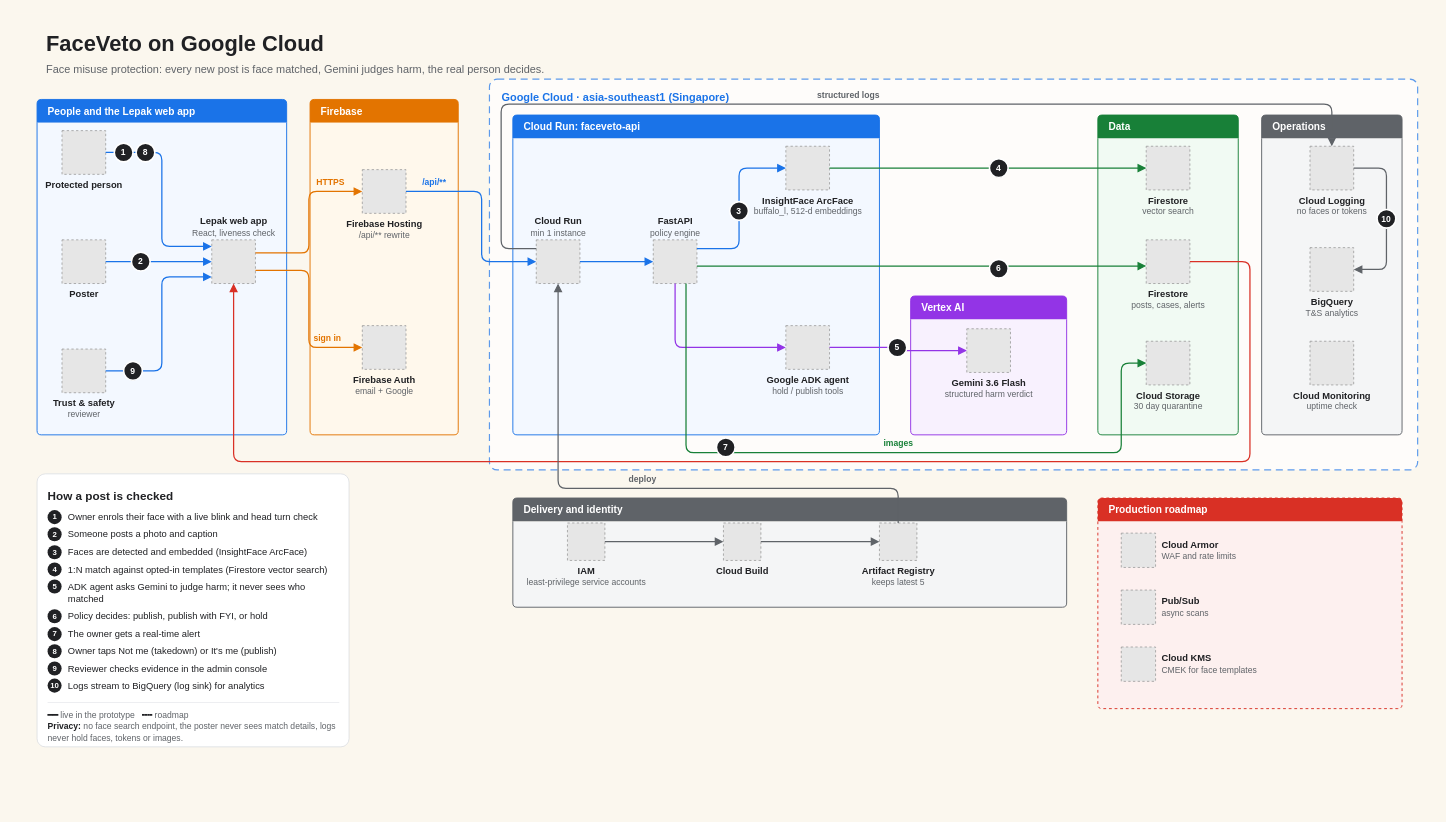
The draw.io diagram docs/architecture.drawio in jianlin070/FaceVeto, before the edit. Source tidied: cells renumbered, new cells numbered last; positions are measured from the earlier drawing's top-left corner, leaving out a move shared by most shapes. Both pictures are drawn from the tidied source at 78%, with x=0, y=0 at pixel (13, 13). Pictures stored in the file or linked from it are replaced by grey dashed boxes.
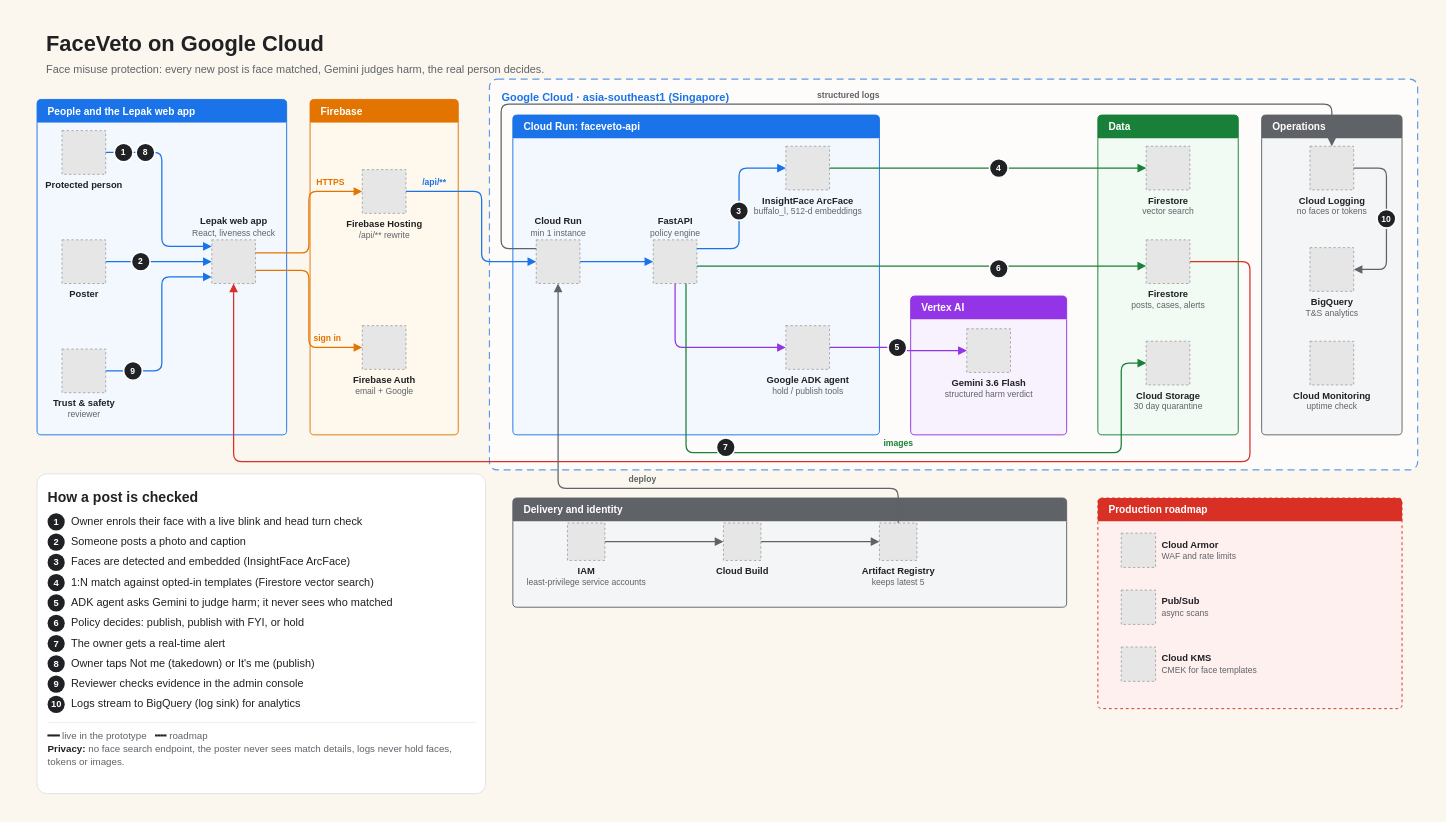
The same diagram, later.

Commit message (it also covers changes not shown here):
Architecture diagram: wider key with larger text

What changed in the source:
```diff
@@
     <mxCell id="2" style="rounded=0;fillColor=#FBF7EE;strokeColor=none;fontFamily=Helvetica;" parent="1" vertex="1">
-      <mxGeometry width="1820" height="960" as="geometry" />
+      <mxGeometry width="1820" height="1020" as="geometry" />
     </mxCell>
@@
-    <mxCell id="66" value="&lt;div style=&quot;text-align:left;font-size:12px;line-height:1.35&quot;&gt;&lt;div style=&quot;font-size:15px;font-weight:bold;margin-bottom:6px&quot;&gt;How a post is checked&lt;/div&gt;&lt;table style=&quot;border-collapse:collapse&quot;&gt;&lt;tr&gt;&lt;td style=&quot;padding:2px 8px 2px 0;vertical-align:top&quot;&gt;&lt;span style=&quot;display:inline-block;width:18px;height:18px;border-radius:9px;background:#202124;color:#fff;text-align:center;line-height:18px;font-size:10px;font-weight:bold&quot;&gt;1&lt;/span&gt;&lt;/td&gt;&lt;td style=&quot;padding:3px 0;vertical-align:top&quot;&gt;Owner enrols their face with a live blink and head turn check&lt;/td&gt;&lt;/tr&gt;&lt;tr&gt;&lt;td style=&quot;padding:2px 8px 2px 0;vertical-align:top&quot;&gt;&lt;span style=&quot;display:inline-block;width:18px;height:18px;border-radius:9px;background:#202124;color:#fff;text-align:center;line-height:18px;font-size:10px;font-weight:bold&quot;&gt;2&lt;/span&gt;&lt;/td&gt;&lt;td style=&quot;padding:3px 0;vertical-align:top&quot;&gt;Someone posts a photo and caption&lt;/td&gt;&lt;/tr&gt;&lt;tr&gt;&lt;td style=&quot;padding:2px 8px 2px 0;vertical-align:top&quot;&gt;&lt;span style=&quot;display:inline-block;width:18px;height:18px;border-radius:9px;background:#202124;color:#fff;text-align:center;line-height:18px;font-size:10px;font-weight:bold&quot;&gt;3&lt;/span&gt;&lt;/td&gt;&lt;td style=&quot;padding:3px 0;vertical-align:top&quot;&gt;Faces are detected and embedded (InsightFace ArcFace)&lt;/td&gt;&lt;/tr&gt;&lt;tr&gt;&lt;td style=&quot;padding:2px 8px 2px 0;vertical-align:top&quot;&gt;&lt;span style=&quot;display:inline-block;width:18px;height:18px;border-radius:9px;background:#202124;color:#fff;text-align:center;line-height:18px;font-size:10px;font-weight:bold&quot;&gt;4&lt;/span&gt;&lt;/td&gt;&lt;td style=&quot;padding:3px 0;vertical-align:top&quot;&gt;1:N match against opted-in templates (Firestore vector search)&lt;/td&gt;&lt;/tr&gt;&lt;tr&gt;&lt;td style=&quot;padding:2px 8px 2px 0;vertical-align:top&quot;&gt;&lt;span style=&quot;display:inline-block;width:18px;height:18px;border-radius:9px;background:#202124;color:#fff;text-align:center;line-height:18px;font-size:10px;font-weight:bold&quot;&gt;5&lt;/span&gt;&lt;/td&gt;&lt;td style=&quot;padding:3px 0;vertical-align:top&quot;&gt;ADK agent asks Gemini to judge harm; it never sees who matched&lt;/td&gt;&lt;/tr&gt;&lt;tr&gt;&lt;td style=&quot;padding:2px 8px 2px 0;vertical-align:top&quot;&gt;&lt;span style=&quot;display:inline-block;width:18px;height:18px;border-radius:9px;background:#202124;color:#fff;text-align:center;line-height:18px;font-size:10px;font-weight:bold&quot;&gt;6&lt;/span&gt;&lt;/td&gt;&lt;td style=&quot;padding:3px 0;vertical-align:top&quot;&gt;Policy decides: publish, publish with FYI, or hold&lt;/td&gt;&lt;/tr&gt;&lt;tr&gt;&lt;td style=&quot;padding:2px 8px 2px 0;vertical-align:top&quot;&gt;&lt;span style=&quot;display:inline-block;width:18px;height:18px;border-radius:9px;background:#202124;color:#fff;text-align:center;line-height:18px;font-size:10px;font-weight:bold&quot;&gt;7&lt;/span&gt;&lt;/td&gt;&lt;td style=&quot;padding:3px 0;vertical-align:top&quot;&gt;The owner gets a real-time alert&lt;/td&gt;&lt;/tr&gt;&lt;tr&gt;&lt;td style=&quot;padding:2px 8px 2px 0;vertical-align:top&quot;&gt;&lt;span style=&quot;display:inline-block;width:18px;height:18px;border-radius:9px;background:#202124;color:#fff;text-align:center;line-height:18px;font-size:10px;font-weight:bold&quot;&gt;8&lt;/span&gt;&lt;/td&gt;&lt;td style=&quot;padding:3px 0;vertical-align:top&quot;&gt;Owner taps Not me (takedown) or It&amp;#x27;s me (publish)&lt;/td&gt;&lt;/tr&gt;&lt;tr&gt;&lt;td style=&quot;padding:2px 8px 2px 0;vertical-align:top&quot;&gt;&lt;span style=&quot;display:inline-block;width:18px;height:18px;border-radius:9px;background:#202124;color:#fff;text-align:center;line-height:18px;font-size:10px;font-weight:bold&quot;&gt;9&lt;/span&gt;&lt;/td&gt;&lt;td style=&quot;padding:3px 0;vertical-align:top&quot;&gt;Reviewer checks evidence in the admin console&lt;/td&gt;&lt;/tr&gt;&lt;tr&gt;&lt;td style=&quot;padding:2px 8px 2px 0;vertical-align:top&quot;&gt;&lt;span style=&quot;display:inline-block;width:18px;height:18px;border-radius:9px;background:#202124;color:#fff;text-align:center;line-height:18px;font-size:10px;font-weight:bold&quot;&gt;10&lt;/span&gt;&lt;/td&gt;&lt;td style=&quot;padding:3px 0;vertical-align:top&quot;&gt;Logs stream to BigQuery (log sink) for analytics&lt;/td&gt;&lt;/tr&gt;&lt;/table&gt;&lt;div style=&quot;margin-top:10px;padding-top:8px;border-top:1px solid #e8eaed;font-size:11px;color:#5f6368&quot;&gt;&lt;span style=&quot;color:#202124;font-weight:bold&quot;&gt;━━&lt;/span&gt; live in the prototype &amp;nbsp;&amp;nbsp;&lt;span style=&quot;color:#202124;font-weight:bold&quot;&gt;╍╍&lt;/span&gt; roadmap&lt;br&gt;&lt;b style=&quot;color:#202124&quot;&gt;Privacy:&lt;/b&gt; no face search endpoint, the poster never sees match details, logs never hold faces, tokens or images.&lt;/div&gt;&lt;/div&gt;" style="rounded=1;arcSize=3;whiteSpace=wrap;html=1;fillColor=#ffffff;strokeColor=#dadce0;align=left;verticalAlign=top;spacing=14;fontColor=#202124;shadow=0;fontFamily=Helvetica;" parent="1" vertex="1">
-      <mxGeometry x="30" y="590" width="400" height="350" as="geometry" />
+    <mxCell id="66" value="&lt;div style=&quot;text-align:left;font-size:14px;line-height:1.35&quot;&gt;&lt;div style=&quot;font-size:18px;font-weight:bold;margin-bottom:6px&quot;&gt;How a post is checked&lt;/div&gt;&lt;table style=&quot;border-collapse:collapse&quot;&gt;&lt;tr&gt;&lt;td style=&quot;padding:2px 8px 2px 0;vertical-align:top&quot;&gt;&lt;span style=&quot;display:inline-block;width:22px;height:22px;border-radius:11px;background:#202124;color:#fff;text-align:center;line-height:22px;font-size:12px;font-weight:bold&quot;&gt;1&lt;/span&gt;&lt;/td&gt;&lt;td style=&quot;padding:3px 0;vertical-align:top&quot;&gt;Owner enrols their face with a live blink and head turn check&lt;/td&gt;&lt;/tr&gt;&lt;tr&gt;&lt;td style=&quot;padding:2px 8px 2px 0;vertical-align:top&quot;&gt;&lt;span style=&quot;display:inline-block;width:22px;height:22px;border-radius:11px;background:#202124;color:#fff;text-align:center;line-height:22px;font-size:12px;font-weight:bold&quot;&gt;2&lt;/span&gt;&lt;/td&gt;&lt;td style=&quot;padding:3px 0;vertical-align:top&quot;&gt;Someone posts a photo and caption&lt;/td&gt;&lt;/tr&gt;&lt;tr&gt;&lt;td style=&quot;padding:2px 8px 2px 0;vertical-align:top&quot;&gt;&lt;span style=&quot;display:inline-block;width:22px;height:22px;border-radius:11px;background:#202124;color:#fff;text-align:center;line-height:22px;font-size:12px;font-weight:bold&quot;&gt;3&lt;/span&gt;&lt;/td&gt;&lt;td style=&quot;padding:3px 0;vertical-align:top&quot;&gt;Faces are detected and embedded (InsightFace ArcFace)&lt;/td&gt;&lt;/tr&gt;&lt;tr&gt;&lt;td style=&quot;padding:2px 8px 2px 0;vertical-align:top&quot;&gt;&lt;span style=&quot;display:inline-block;width:22px;height:22px;border-radius:11px;background:#202124;color:#fff;text-align:center;line-height:22px;font-size:12px;font-weight:bold&quot;&gt;4&lt;/span&gt;&lt;/td&gt;&lt;td style=&quot;padding:3px 0;vertical-align:top&quot;&gt;1:N match against opted-in templates (Firestore vector search)&lt;/td&gt;&lt;/tr&gt;&lt;tr&gt;&lt;td style=&quot;padding:2px 8px 2px 0;vertical-align:top&quot;&gt;&lt;span style=&quot;display:inline-block;width:22px;height:22px;border-radius:11px;background:#202124;color:#fff;text-align:center;line-height:22px;font-size:12px;font-weight:bold&quot;&gt;5&lt;/span&gt;&lt;/td&gt;&lt;td style=&quot;padding:3px 0;vertical-align:top&quot;&gt;ADK agent asks Gemini to judge harm; it never sees who matched&lt;/td&gt;&lt;/tr&gt;&lt;tr&gt;&lt;td style=&quot;padding:2px 8px 2px 0;vertical-align:top&quot;&gt;&lt;span style=&quot;display:inline-block;width:22px;height:22px;border-radius:11px;background:#202124;color:#fff;text-align:center;line-height:22px;font-size:12px;font-weight:bold&quot;&gt;6&lt;/span&gt;&lt;/td&gt;&lt;td style=&quot;padding:3px 0;vertical-align:top&quot;&gt;Policy decides: publish, publish with FYI, or hold&lt;/td&gt;&lt;/tr&gt;&lt;tr&gt;&lt;td style=&quot;padding:2px 8px 2px 0;vertical-align:top&quot;&gt;&lt;span style=&quot;display:inline-block;width:22px;height:22px;border-radius:11px;background:#202124;color:#fff;text-align:center;line-height:22px;font-size:12px;font-weight:bold&quot;&gt;7&lt;/span&gt;&lt;/td&gt;&lt;td style=&quot;padding:3px 0;vertical-align:top&quot;&gt;The owner gets a real-time alert&lt;/td&gt;&lt;/tr&gt;&lt;tr&gt;&lt;td style=&quot;padding:2px 8px 2px 0;vertical-align:top&quot;&gt;&lt;span style=&quot;display:inline-block;width:22px;height:22px;border-radius:11px;background:#202124;color:#fff;text-align:center;line-height:22px;font-size:12px;font-weight:bold&quot;&gt;8&lt;/span&gt;&lt;/td&gt;&lt;td style=&quot;padding:3px 0;vertical-align:top&quot;&gt;Owner taps Not me (takedown) or It&amp;#x27;s me (publish)&lt;/td&gt;&lt;/tr&gt;&lt;tr&gt;&lt;td style=&quot;padding:2px 8px 2px 0;vertical-align:top&quot;&gt;&lt;span style=&quot;display:inline-block;width:22px;height:22px;border-radius:11px;background:#202124;color:#fff;text-align:center;line-height:22px;font-size:12px;font-weight:bold&quot;&gt;9&lt;/span&gt;&lt;/td&gt;&lt;td style=&quot;padding:3px 0;vertical-align:top&quot;&gt;Reviewer checks evidence in the admin console&lt;/td&gt;&lt;/tr&gt;&lt;tr&gt;&lt;td style=&quot;padding:2px 8px 2px 0;vertical-align:top&quot;&gt;&lt;span style=&quot;display:inline-block;width:22px;height:22px;border-radius:11px;background:#202124;color:#fff;text-align:center;line-height:22px;font-size:12px;font-weight:bold&quot;&gt;10&lt;/span&gt;&lt;/td&gt;&lt;td style=&quot;padding:3px 0;vertical-align:top&quot;&gt;Logs stream to BigQuery (log sink) for analytics&lt;/td&gt;&lt;/tr&gt;&lt;/table&gt;&lt;div style=&quot;margin-top:10px;padding-top:8px;border-top:1px solid #e8eaed;font-size:12.5px;color:#5f6368&quot;&gt;&lt;span style=&quot;color:#202124;font-weight:bold&quot;&gt;━━&lt;/span&gt; live in the prototype &amp;nbsp;&amp;nbsp;&lt;span style=&quot;color:#202124;font-weight:bold&quot;&gt;╍╍&lt;/span&gt; roadmap&lt;br&gt;&lt;b style=&quot;color:#202124&quot;&gt;Privacy:&lt;/b&gt; no face search endpoint, the poster never sees match details, logs never hold faces, tokens or images.&lt;/div&gt;&lt;/div&gt;" style="rounded=1;arcSize=3;whiteSpace=wrap;html=1;fillColor=#ffffff;strokeColor=#dadce0;align=left;verticalAlign=top;spacing=14;fontColor=#202124;shadow=0;fontFamily=Helvetica;" parent="1" vertex="1">
+      <mxGeometry x="30" y="590" width="575" height="410" as="geometry" />
     </mxCell>
```
